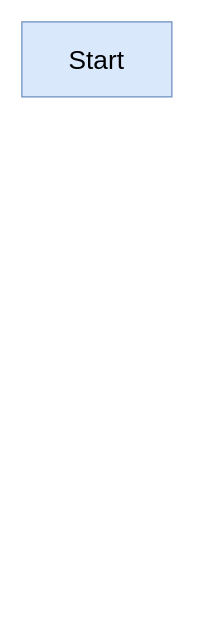
Before: Homelend AI Documents/Homelend AI Underwriting Decision Tree - Phase 0.drawio in Camleader/Homelend-AI, a draw.io diagram. Source tidied: cells renumbered, new cells numbered last; positions are measured from the earlier drawing's top-left corner, leaving out a move shared by most shapes. Both pictures are drawn from the tidied source at 125%, with x=0, y=0 at pixel (21, 21).
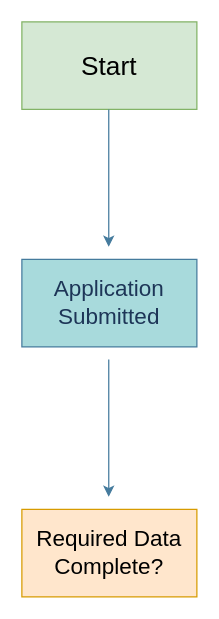
The same diagram, later.

Change to the diagram source:
```diff
@@
 <mxGraphModel>
   <root>
     <mxCell id="0" />
     <mxCell id="1" parent="0" />
-    <mxCell id="2" value="&lt;font style=&quot;font-size: 21px;&quot;&gt;Start&lt;/font&gt;" style="rounded=0;whiteSpace=wrap;html=1;fillColor=#dae8fc;strokeColor=#6c8ebf;" parent="1" vertex="1">
-      <mxGeometry width="120" height="60" as="geometry" />
+    <mxCell id="2" value="&lt;font style=&quot;font-size: 21px;&quot;&gt;Start&lt;/font&gt;" style="rounded=0;whiteSpace=wrap;html=1;labelBackgroundColor=none;fillColor=#d5e8d4;strokeColor=#82b366;" parent="1" vertex="1">
+      <mxGeometry width="140" height="70" as="geometry" />
     </mxCell>
+    <mxCell id="3" style="endArrow=classic;html=1;rounded=0;strokeColor=#457B9D;fontColor=#1D3557;fillColor=#A8DADC;" parent="1" edge="1">
+      <mxGeometry relative="1" as="geometry">
+        <mxPoint x="69.5" y="70" as="sourcePoint" />
+        <mxPoint x="69.5" y="180" as="targetPoint" />
+        <Array as="points">
+          <mxPoint x="69.5" y="90" />
+        </Array>
+      </mxGeometry>
+    </mxCell>
+    <mxCell id="4" value="&lt;font style=&quot;font-size: 18px;&quot;&gt;Application Submitted&lt;/font&gt;" style="rounded=0;whiteSpace=wrap;html=1;labelBackgroundColor=none;fillColor=#A8DADC;strokeColor=#457B9D;fontColor=#1D3557;" parent="1" vertex="1">
+      <mxGeometry y="190" width="140" height="70" as="geometry" />
+    </mxCell>
+    <mxCell id="5" style="endArrow=classic;html=1;rounded=0;strokeColor=#457B9D;fontColor=#1D3557;fillColor=#A8DADC;" parent="1" edge="1">
+      <mxGeometry relative="1" as="geometry">
+        <mxPoint x="69.5" y="270" as="sourcePoint" />
+        <mxPoint x="69.5" y="380" as="targetPoint" />
+        <Array as="points">
+          <mxPoint x="69.5" y="290" />
+        </Array>
+      </mxGeometry>
+    </mxCell>
+    <mxCell id="6" value="&lt;font style=&quot;font-size: 18px;&quot;&gt;Required Data Complete?&lt;/font&gt;" style="rounded=0;whiteSpace=wrap;html=1;labelBackgroundColor=none;fillColor=#ffe6cc;strokeColor=#d79b00;labelBorderColor=none;textShadow=0;" parent="1" vertex="1">
+      <mxGeometry y="390" width="140" height="70" as="geometry" />
+    </mxCell>
   </root>
 </mxGraphModel>
```
